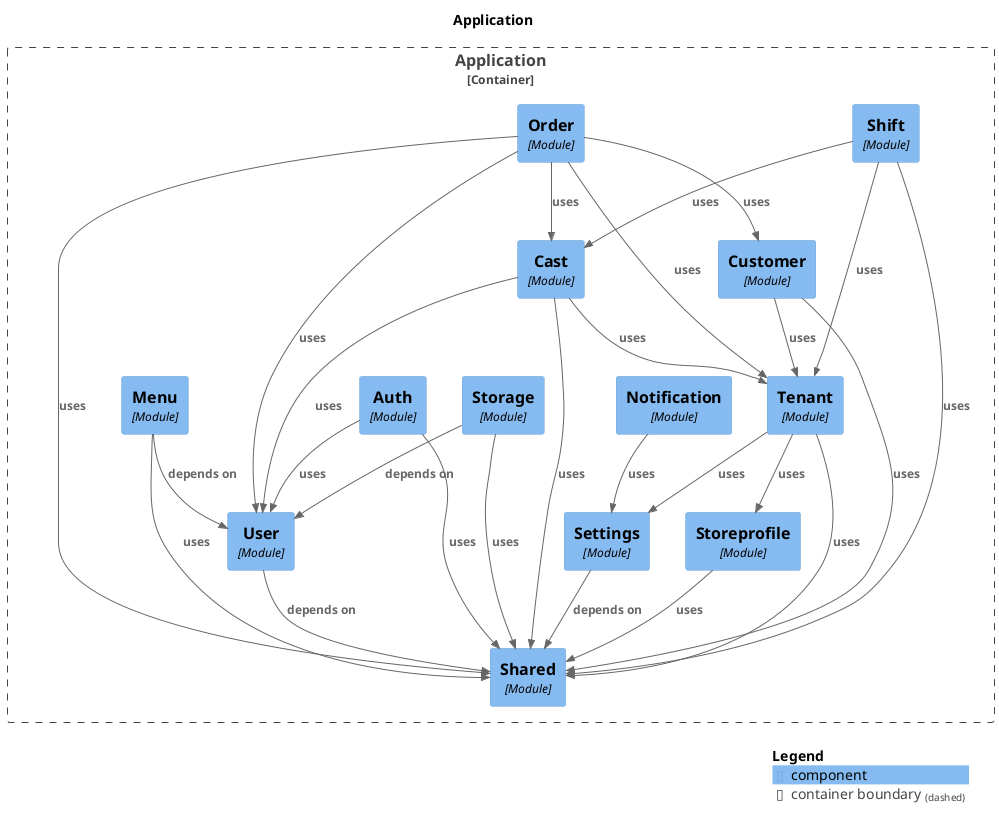
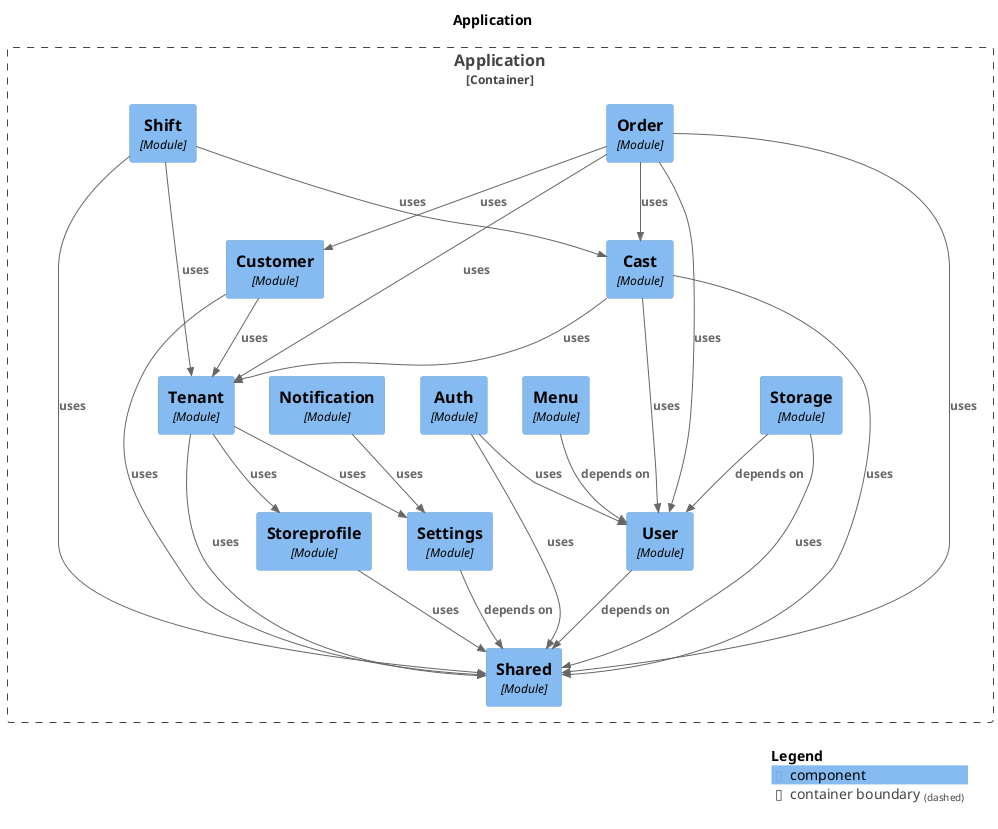
@startuml
set separator none
title Application

top to bottom direction

!include <C4/C4>
!include <C4/C4_Context>
!include <C4/C4_Component>

Container_Boundary("Application.Application_boundary", "Application", $tags="") {
  Component(Application.Application.Storage, "Storage", $techn="Module", $descr="", $tags="", $link="")
  Component(Application.Application.Tenant, "Tenant", $techn="Module", $descr="", $tags="", $link="")
  Component(Application.Application.Cast, "Cast", $techn="Module", $descr="", $tags="", $link="")
  Component(Application.Application.Customer, "Customer", $techn="Module", $descr="", $tags="", $link="")
  Component(Application.Application.Order, "Order", $techn="Module", $descr="", $tags="", $link="")
  Component(Application.Application.Shift, "Shift", $techn="Module", $descr="", $tags="", $link="")
  Component(Application.Application.Shared, "Shared", $techn="Module", $descr="", $tags="", $link="")
  Component(Application.Application.Settings, "Settings", $techn="Module", $descr="", $tags="", $link="")
  Component(Application.Application.Storeprofile, "Storeprofile", $techn="Module", $descr="", $tags="", $link="")
  Component(Application.Application.User, "User", $techn="Module", $descr="", $tags="", $link="")
  Component(Application.Application.Auth, "Auth", $techn="Module", $descr="", $tags="", $link="")
  Component(Application.Application.Menu, "Menu", $techn="Module", $descr="", $tags="", $link="")
  Component(Application.Application.Notification, "Notification", $techn="Module", $descr="", $tags="", $link="")
}

- Rel(Application.Application.Menu, Application.Application.User, "depends on", $techn="", $tags="", $link="")
- Rel(Application.Application.Menu, Application.Application.Shared, "uses", $techn="", $tags="", $link="")
+ Rel(Application.Application.Settings, Application.Application.Shared, "depends on", $techn="", $tags="", $link="")
Rel(Application.Application.Auth, Application.Application.User, "uses", $techn="", $tags="", $link="")
Rel(Application.Application.Auth, Application.Application.Shared, "uses", $techn="", $tags="", $link="")
+ Rel(Application.Application.Menu, Application.Application.User, "depends on", $techn="", $tags="", $link="")
+ Rel(Application.Application.Notification, Application.Application.Settings, "uses", $techn="", $tags="", $link="")
Rel(Application.Application.Storage, Application.Application.User, "depends on", $techn="", $tags="", $link="")
Rel(Application.Application.Storage, Application.Application.Shared, "uses", $techn="", $tags="", $link="")
- Rel(Application.Application.Customer, Application.Application.Shared, "uses", $techn="", $tags="", $link="")
- Rel(Application.Application.Customer, Application.Application.Tenant, "uses", $techn="", $tags="", $link="")
+ Rel(Application.Application.Cast, Application.Application.Shared, "uses", $techn="", $tags="", $link="")
+ Rel(Application.Application.Cast, Application.Application.User, "uses", $techn="", $tags="", $link="")
+ Rel(Application.Application.Cast, Application.Application.Tenant, "uses", $techn="", $tags="", $link="")
Rel(Application.Application.Tenant, Application.Application.Storeprofile, "uses", $techn="", $tags="", $link="")
Rel(Application.Application.Tenant, Application.Application.Settings, "uses", $techn="", $tags="", $link="")
Rel(Application.Application.Tenant, Application.Application.Shared, "uses", $techn="", $tags="", $link="")
- Rel(Application.Application.Notification, Application.Application.Settings, "uses", $techn="", $tags="", $link="")
+ Rel(Application.Application.Customer, Application.Application.Shared, "uses", $techn="", $tags="", $link="")
+ Rel(Application.Application.Customer, Application.Application.Tenant, "uses", $techn="", $tags="", $link="")
Rel(Application.Application.User, Application.Application.Shared, "depends on", $techn="", $tags="", $link="")
- Rel(Application.Application.Storeprofile, Application.Application.Shared, "uses", $techn="", $tags="", $link="")
- Rel(Application.Application.Cast, Application.Application.Shared, "uses", $techn="", $tags="", $link="")
- Rel(Application.Application.Cast, Application.Application.User, "uses", $techn="", $tags="", $link="")
- Rel(Application.Application.Cast, Application.Application.Tenant, "uses", $techn="", $tags="", $link="")
- Rel(Application.Application.Shift, Application.Application.Shared, "uses", $techn="", $tags="", $link="")
- Rel(Application.Application.Shift, Application.Application.Tenant, "uses", $techn="", $tags="", $link="")
- Rel(Application.Application.Shift, Application.Application.Cast, "uses", $techn="", $tags="", $link="")
- Rel(Application.Application.Settings, Application.Application.Shared, "depends on", $techn="", $tags="", $link="")
Rel(Application.Application.Order, Application.Application.Customer, "uses", $techn="", $tags="", $link="")
Rel(Application.Application.Order, Application.Application.Cast, "uses", $techn="", $tags="", $link="")
Rel(Application.Application.Order, Application.Application.User, "uses", $techn="", $tags="", $link="")
Rel(Application.Application.Order, Application.Application.Tenant, "uses", $techn="", $tags="", $link="")
Rel(Application.Application.Order, Application.Application.Shared, "uses", $techn="", $tags="", $link="")
+ Rel(Application.Application.Shift, Application.Application.Shared, "uses", $techn="", $tags="", $link="")
+ Rel(Application.Application.Shift, Application.Application.Tenant, "uses", $techn="", $tags="", $link="")
+ Rel(Application.Application.Shift, Application.Application.Cast, "uses", $techn="", $tags="", $link="")
+ Rel(Application.Application.Storeprofile, Application.Application.Shared, "uses", $techn="", $tags="", $link="")

SHOW_LEGEND(true)
@enduml